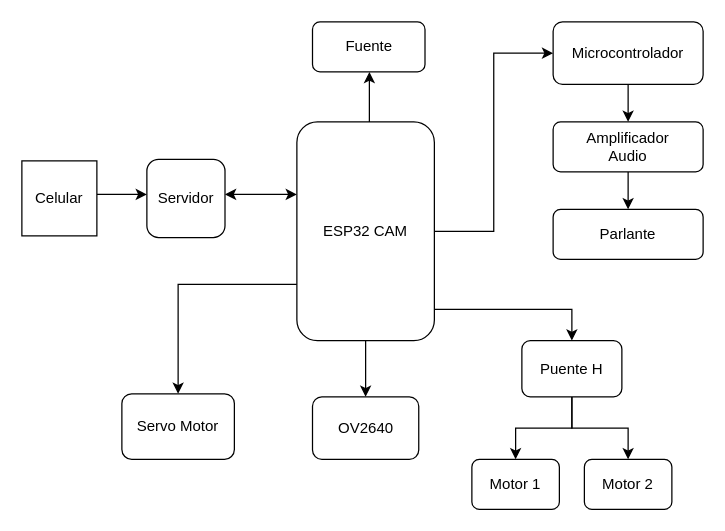
Before: Diagrama_bloques.drawio in Davidariza99/Ejemplo-1, a draw.io diagram. Source tidied: cells renumbered, new cells numbered last; positions are measured from the earlier drawing's top-left corner, leaving out a move shared by most shapes. Both pictures are drawn from the tidied source at 125%, with x=0, y=0 at pixel (21, 21).
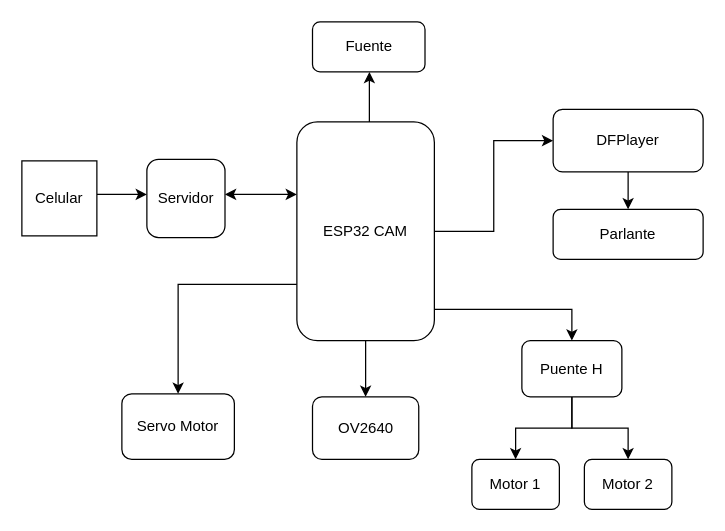
After the change.

The change refers to these unchanged cells:
```xml
<mxCell id="24" value="Parlante" style="rounded=1;whiteSpace=wrap;html=1;" parent="1" vertex="1">
  <mxGeometry x="425" y="150" width="120" height="40" as="geometry" />
</mxCell>
```

The edit, as a diff of the source:
```diff
@@
-    <mxCell id="20" style="edgeStyle=orthogonalEdgeStyle;rounded=0;jettySize=auto;html=1;" parent="1" edge="1" source="21" target="24">
-      <mxGeometry relative="1" as="geometry" />
-    </mxCell>
-    <mxCell id="21" value="Amplificador&lt;br&gt;Audio" style="rounded=1;whiteSpace=wrap;html=1;" parent="1" vertex="1">
-      <mxGeometry x="425" y="80" width="120" height="40" as="geometry" />
-    </mxCell>
-    <mxCell id="22" style="edgeStyle=orthogonalEdgeStyle;rounded=0;jettySize=auto;html=1;" parent="1" edge="1" source="23" target="21">
-      <mxGeometry relative="1" as="geometry" />
-    </mxCell>
+    <mxCell id="25" style="edgeStyle=orthogonalEdgeStyle;rounded=0;jettySize=auto;html=1;" parent="1" edge="1" source="23" target="24">
+      <mxGeometry relative="1" as="geometry" />
+    </mxCell>
-    <mxCell id="23" value="Microcontrolador" style="rounded=1;whiteSpace=wrap;html=1;" parent="1" vertex="1">
-      <mxGeometry x="425" width="120" height="50" as="geometry" />
+    <mxCell id="23" value="DFPlayer" style="rounded=1;whiteSpace=wrap;html=1;" parent="1" vertex="1">
+      <mxGeometry x="425" y="70" width="120" height="50" as="geometry" />
     </mxCell>
```
